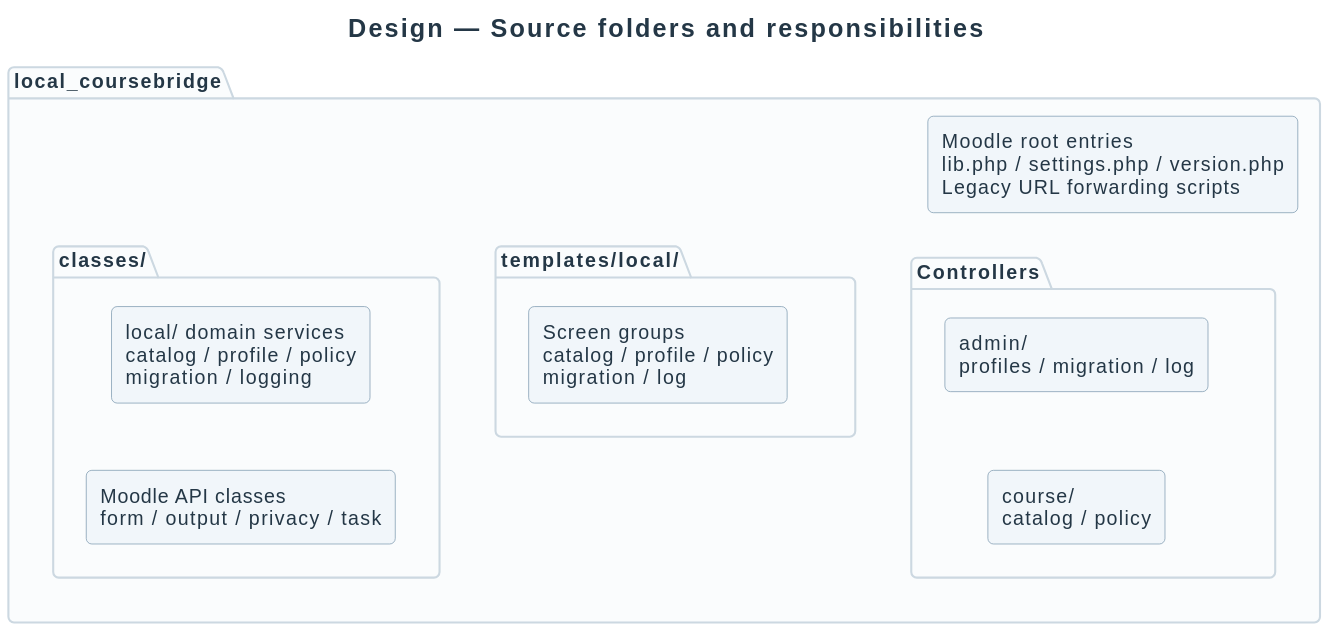
didactika/moodle-local_coursefiles keeps this PlantUML diagram as docs/diagrams/design/source-structure.svg. Above is the earlier version.
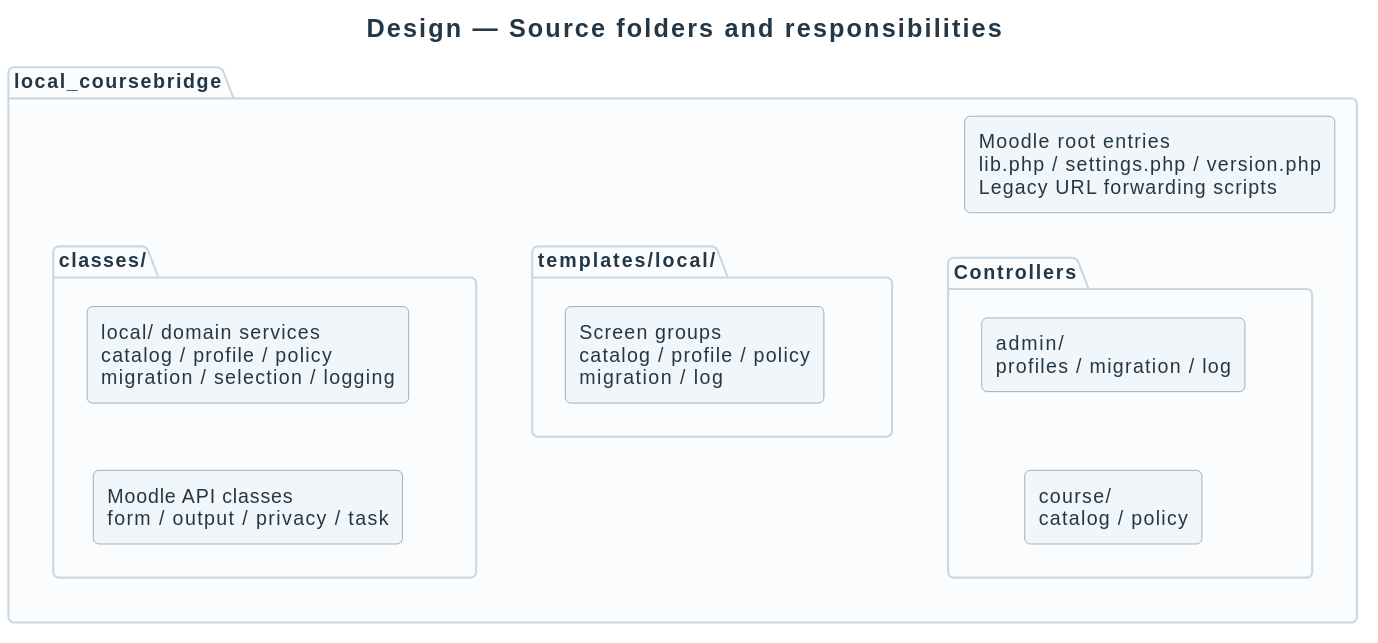
After the change.

Change to the diagram source:
```diff
@@ -10,7 +10,7 @@
     Admin -[hidden]down-> Course
   }
   package "classes/" as Classes {
-    component "local/ domain services\ncatalog / profile / policy\nmigration / logging" as Services
+    component "local/ domain services\ncatalog / profile / policy\nmigration / selection / logging" as Services
     component "Moodle API classes\nform / output / privacy / task" as APIs
     Services -[hidden]down-> APIs
   }
```
